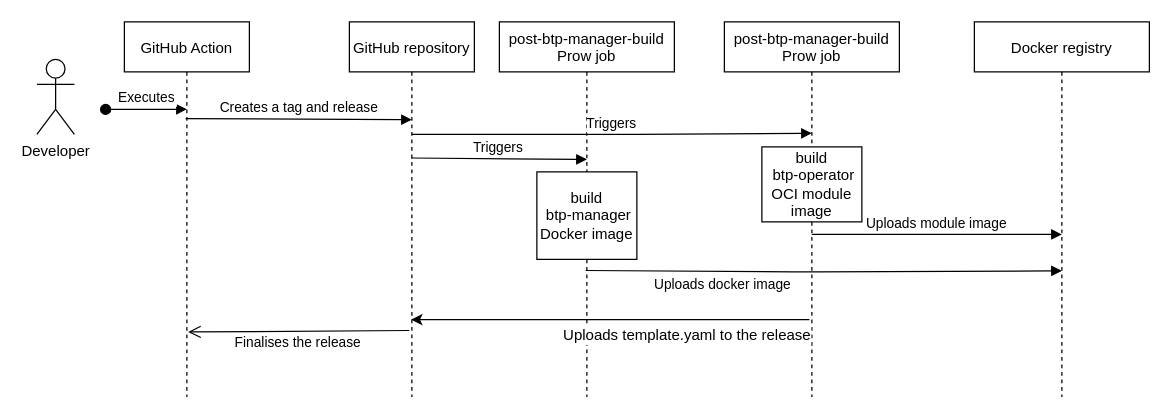
Earlier version of the draw.io diagram docs/assets/release.drawio (kyma-project/btp-manager). Source tidied: cells renumbered, new cells numbered last; positions are measured from the earlier drawing's top-left corner, leaving out a move shared by most shapes. Both pictures are drawn from the tidied source at 125%, with x=0, y=0 at pixel (36, 21).
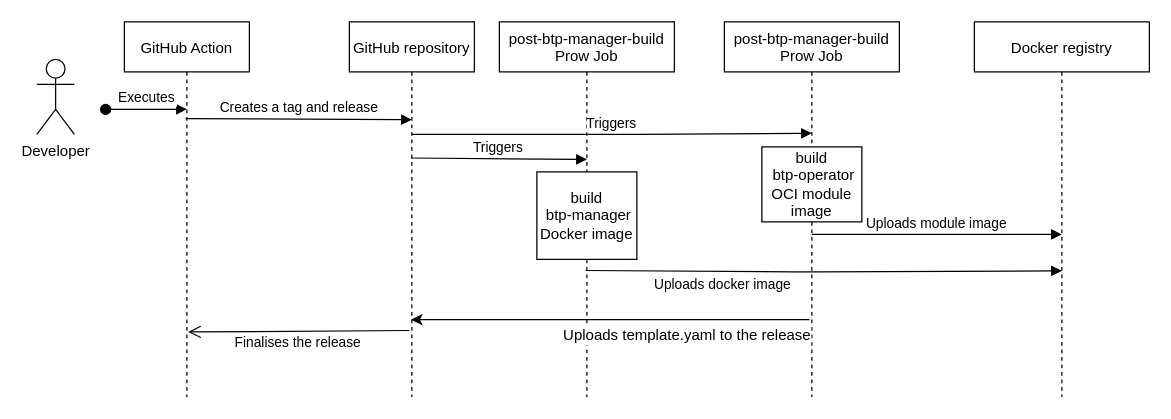
The same diagram, later.

Diff of the diagram source:
```diff
@@
-    <mxCell id="7" value="post-btp-manager-build&#10;Prow job" style="shape=umlLifeline;perimeter=lifelinePerimeter;rounded=0;shadow=0;strokeWidth=1;" parent="1" vertex="1">
+    <mxCell id="7" value="post-btp-manager-build&#10;Prow Job" style="shape=umlLifeline;perimeter=lifelinePerimeter;rounded=0;shadow=0;strokeWidth=1;" parent="1" vertex="1">
       <mxGeometry x="370" width="140" height="300" as="geometry" />
     </mxCell>
@@
-    <mxCell id="9" value="post-btp-manager-build&#10;Prow job" style="shape=umlLifeline;perimeter=lifelinePerimeter;rounded=0;shadow=0;strokeWidth=1;fontSize=12;" parent="1" vertex="1">
+    <mxCell id="9" value="post-btp-manager-build&#10;Prow Job" style="shape=umlLifeline;perimeter=lifelinePerimeter;rounded=0;shadow=0;strokeWidth=1;fontSize=12;" parent="1" vertex="1">
       <mxGeometry x="550" width="140" height="300" as="geometry" />
     </mxCell>
```
